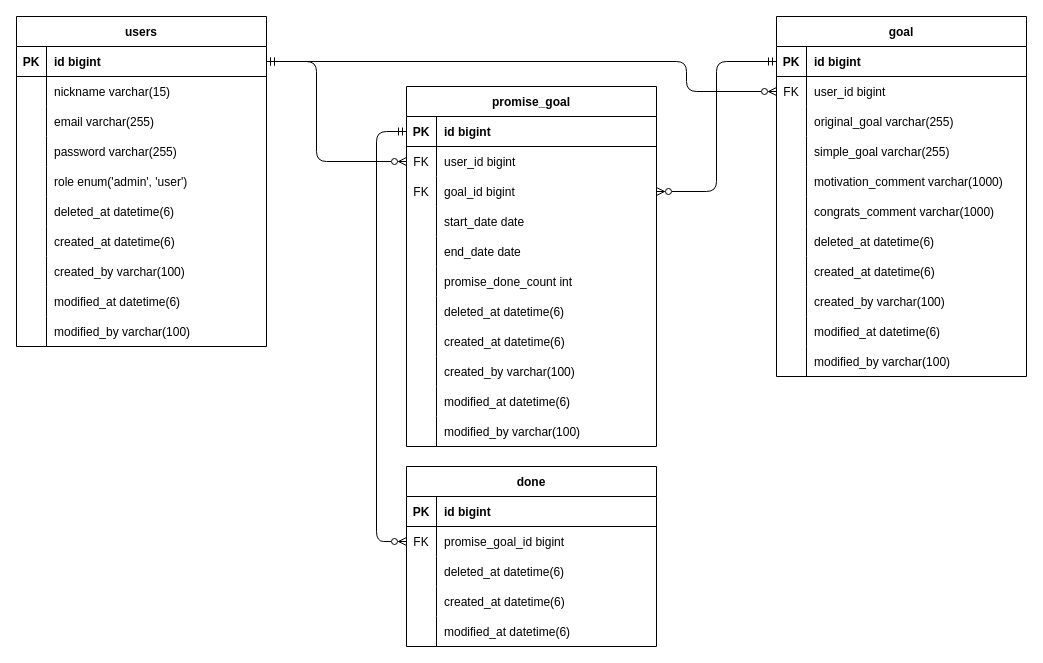
Above: dailyone_ERD.drawio in Wooin-dev/dailyone_server (draw.io), before the change. Source tidied: cells renumbered, new cells numbered last; positions are measured from the earlier drawing's top-left corner, leaving out a move shared by most shapes. Both pictures are drawn from the tidied source at 100%, with x=0, y=0 at pixel (16, 16).
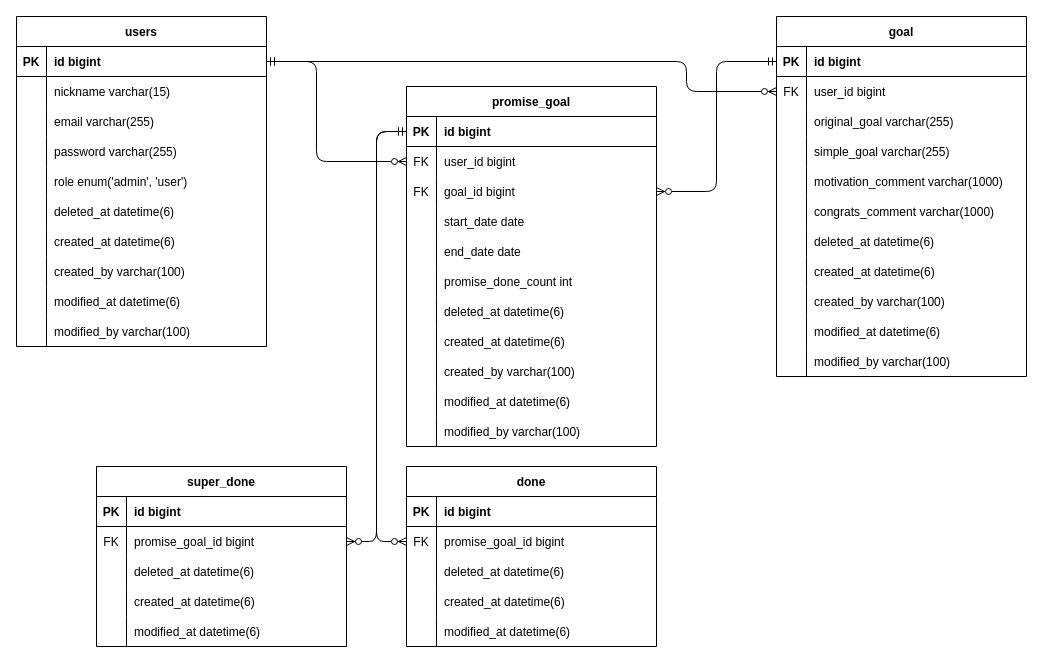
Above is the later version.

The change refers to these unchanged cells:
```xml
<mxCell id="68" style="shape=partialRectangle;fillColor=none;points=[[0,0.5],[1,0.5]];portConstraint=eastwest;top=0;left=0;right=0;bottom=1;" parent="67" vertex="1">
  <mxGeometry y="30" width="250" height="30" as="geometry" />
</mxCell>
```

What changed in the source:
```diff
@@
+    <mxCell id="121" value="super_done" style="shape=table;startSize=30;childLayout=tableLayout;rowLines=0;fontStyle=1;align=center;" parent="1" vertex="1">
+      <mxGeometry x="80" y="450" width="250" height="180" as="geometry" />
+    </mxCell>
+    <mxCell id="122" style="shape=partialRectangle;fillColor=none;top=0;left=0;right=0;bottom=1;" parent="121" vertex="1">
+      <mxGeometry y="30" width="250" height="30" as="geometry" />
+    </mxCell>
+    <mxCell id="123" value="PK" style="shape=partialRectangle;overflow=hidden;fillColor=none;top=0;left=0;bottom=0;right=0;fontStyle=1;" parent="122" vertex="1">
+      <mxGeometry width="30" height="30" as="geometry" />
+    </mxCell>
+    <mxCell id="124" value="id bigint" style="shape=partialRectangle;overflow=hidden;fillColor=none;top=0;left=0;bottom=0;right=0;align=left;spacingLeft=6;fontStyle=1;" parent="122" vertex="1">
+      <mxGeometry x="30" width="220" height="30" as="geometry" />
+    </mxCell>
+    <mxCell id="125" style="shape=partialRectangle;fillColor=none;points=[[0,0.5],[1,0.5]];portConstraint=eastwest;top=0;left=0;right=0;bottom=0;" parent="121" vertex="1">
+      <mxGeometry y="60" width="250" height="30" as="geometry" />
+    </mxCell>
+    <mxCell id="126" value="FK" style="shape=partialRectangle;overflow=hidden;fillColor=none;top=0;left=0;bottom=0;right=0;" parent="125" vertex="1">
+      <mxGeometry width="30" height="30" as="geometry" />
+    </mxCell>
+    <mxCell id="127" value="promise_goal_id bigint" style="shape=partialRectangle;overflow=hidden;fillColor=none;top=0;left=0;bottom=0;right=0;align=left;spacingLeft=6;" parent="125" vertex="1">
+      <mxGeometry x="30" width="220" height="30" as="geometry" />
+    </mxCell>
+    <mxCell id="128" style="shape=partialRectangle;fillColor=none;top=0;left=0;right=0;bottom=0;" parent="121" vertex="1">
+      <mxGeometry y="90" width="250" height="30" as="geometry" />
+    </mxCell>
+    <mxCell id="129" style="shape=partialRectangle;overflow=hidden;fillColor=none;top=0;left=0;bottom=0;right=0;" parent="128" vertex="1">
+      <mxGeometry width="30" height="30" as="geometry" />
+    </mxCell>
+    <mxCell id="130" value="deleted_at datetime(6)" style="shape=partialRectangle;overflow=hidden;fillColor=none;top=0;left=0;bottom=0;right=0;align=left;spacingLeft=6;" parent="128" vertex="1">
+      <mxGeometry x="30" width="220" height="30" as="geometry" />
+    </mxCell>
+    <mxCell id="131" style="shape=partialRectangle;fillColor=none;top=0;left=0;right=0;bottom=0;" parent="121" vertex="1">
+      <mxGeometry y="120" width="250" height="30" as="geometry" />
+    </mxCell>
+    <mxCell id="132" style="shape=partialRectangle;overflow=hidden;fillColor=none;top=0;left=0;bottom=0;right=0;" parent="131" vertex="1">
+      <mxGeometry width="30" height="30" as="geometry" />
+    </mxCell>
+    <mxCell id="133" value="created_at datetime(6)" style="shape=partialRectangle;overflow=hidden;fillColor=none;top=0;left=0;bottom=0;right=0;align=left;spacingLeft=6;" parent="131" vertex="1">
+      <mxGeometry x="30" width="220" height="30" as="geometry" />
+    </mxCell>
+    <mxCell id="134" style="shape=partialRectangle;fillColor=none;top=0;left=0;right=0;bottom=0;" parent="121" vertex="1">
+      <mxGeometry y="150" width="250" height="30" as="geometry" />
+    </mxCell>
+    <mxCell id="135" style="shape=partialRectangle;overflow=hidden;fillColor=none;top=0;left=0;bottom=0;right=0;" parent="134" vertex="1">
+      <mxGeometry width="30" height="30" as="geometry" />
+    </mxCell>
+    <mxCell id="136" value="modified_at datetime(6)" style="shape=partialRectangle;overflow=hidden;fillColor=none;top=0;left=0;bottom=0;right=0;align=left;spacingLeft=6;" parent="134" vertex="1">
+      <mxGeometry x="30" width="220" height="30" as="geometry" />
+    </mxCell>
+    <mxCell id="137" style="edgeStyle=orthogonalEdgeStyle;rounded=1;jettySize=auto;html=1;exitX=0;exitY=0.5;exitDx=0;exitDy=0;startArrow=ERmandOne;startFill=0;endArrow=ERzeroToMany;endFill=0;" parent="1" edge="1" source="68" target="125">
+      <mxGeometry relative="1" as="geometry">
+        <Array as="points">
+          <mxPoint x="360" y="115" />
+          <mxPoint x="360" y="525" />
+        </Array>
+      </mxGeometry>
+    </mxCell>
```
